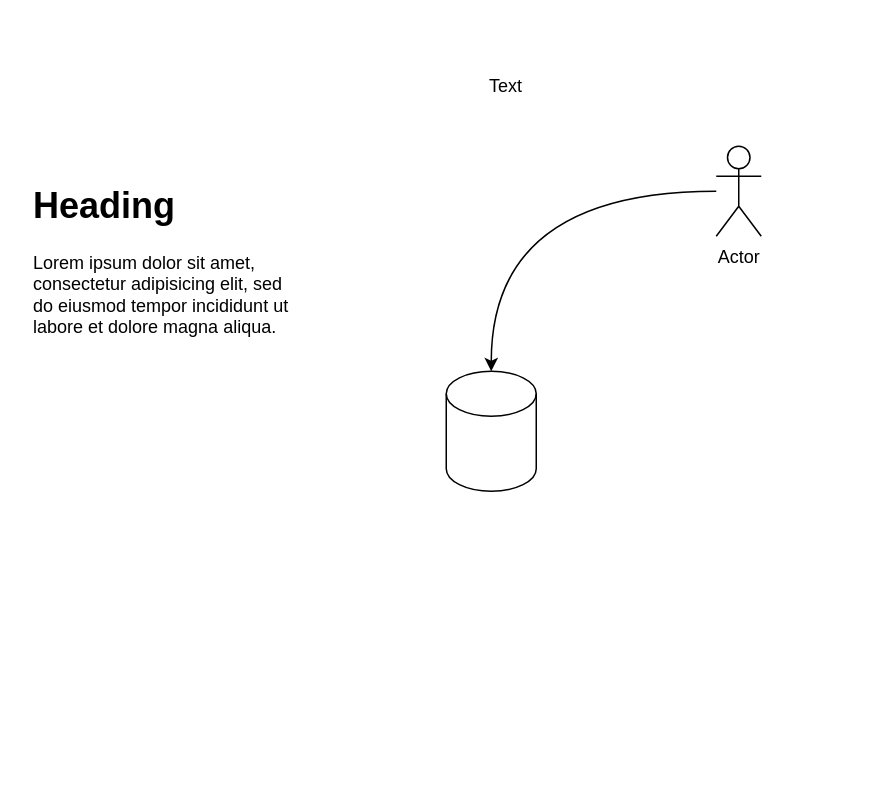
This is space1/test.drawio from naccoit/drawio, a draw.io file, before an edit. Source tidied: cells renumbered, new cells numbered last; positions are measured from the earlier drawing's top-left corner, leaving out a move shared by most shapes. Both pictures are drawn from the tidied source at 150%, with x=0, y=0 at pixel (26, 70).
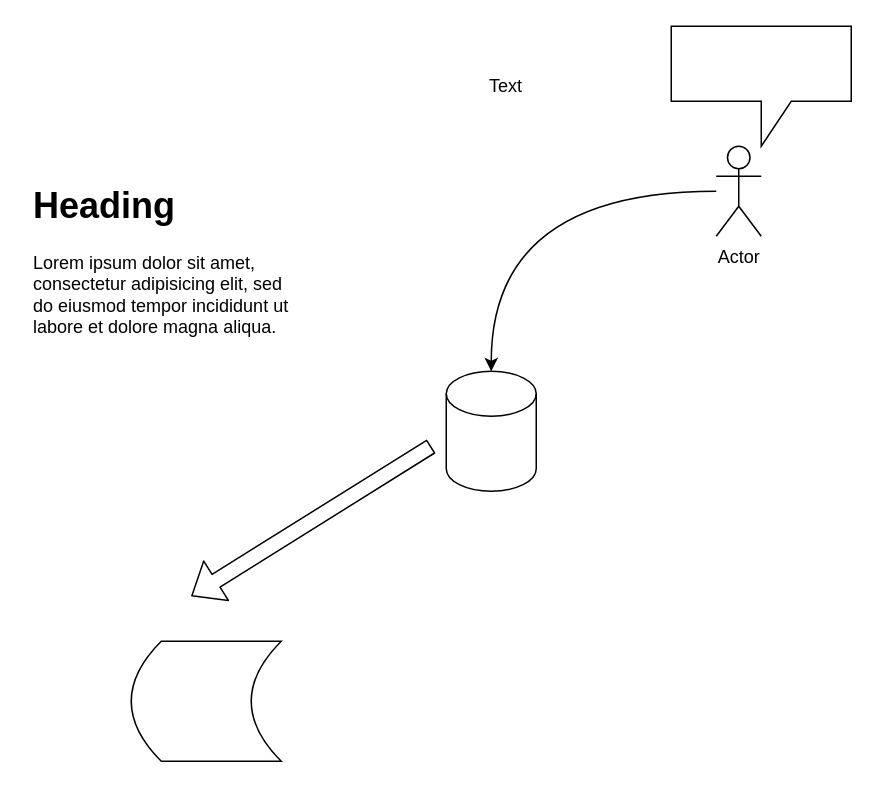
The same page after the edit.

What changed in the source:
```diff
@@
 <mxGraphModel>
   <root>
     <mxCell id="0" />
     <mxCell id="1" parent="0" />
     <mxCell id="2" value="Text" style="text;html=1;strokeColor=none;fillColor=none;align=center;verticalAlign=middle;whiteSpace=wrap;rounded=0;" parent="1" vertex="1">
       <mxGeometry x="300" width="40" height="20" as="geometry" />
     </mxCell>
     <mxCell id="3" value="&lt;h1&gt;Heading&lt;/h1&gt;&lt;p&gt;Lorem ipsum dolor sit amet, consectetur adipisicing elit, sed do eiusmod tempor incididunt ut labore et dolore magna aliqua.&lt;/p&gt;" style="text;html=1;strokeColor=none;fillColor=none;spacing=5;spacingTop=-20;whiteSpace=wrap;overflow=hidden;rounded=0;" parent="1" vertex="1">
       <mxGeometry y="70" width="190" height="120" as="geometry" />
     </mxCell>
     <mxCell id="4" style="shape=cylinder3;whiteSpace=wrap;html=1;boundedLbl=1;backgroundOutline=1;size=15;" parent="1" vertex="1">
       <mxGeometry x="280" y="200" width="60" height="80" as="geometry" />
     </mxCell>
     <mxCell id="5" style="rounded=0;jettySize=auto;html=1;edgeStyle=orthogonalEdgeStyle;curved=1;" parent="1" edge="1" source="6" target="4">
       <mxGeometry relative="1" as="geometry" />
     </mxCell>
     <mxCell id="6" value="Actor" style="shape=umlActor;verticalLabelPosition=bottom;verticalAlign=top;html=1;outlineConnect=0;" parent="1" vertex="1">
       <mxGeometry x="460" y="50" width="30" height="60" as="geometry" />
     </mxCell>
+    <mxCell id="7" style="shape=dataStorage;whiteSpace=wrap;html=1;fixedSize=1;" parent="1" vertex="1">
+      <mxGeometry x="70" y="380" width="100" height="80" as="geometry" />
+    </mxCell>
+    <mxCell id="8" style="shape=flexArrow;endArrow=classic;html=1;" parent="1" edge="1">
+      <mxGeometry relative="1" as="geometry">
+        <mxPoint x="270" y="250" as="sourcePoint" />
+        <mxPoint x="110" y="350" as="targetPoint" />
+      </mxGeometry>
+    </mxCell>
+    <mxCell id="9" style="shape=callout;whiteSpace=wrap;html=1;perimeter=calloutPerimeter;" parent="1" vertex="1">
+      <mxGeometry x="430" y="-30" width="120" height="80" as="geometry" />
+    </mxCell>
   </root>
 </mxGraphModel>
```
